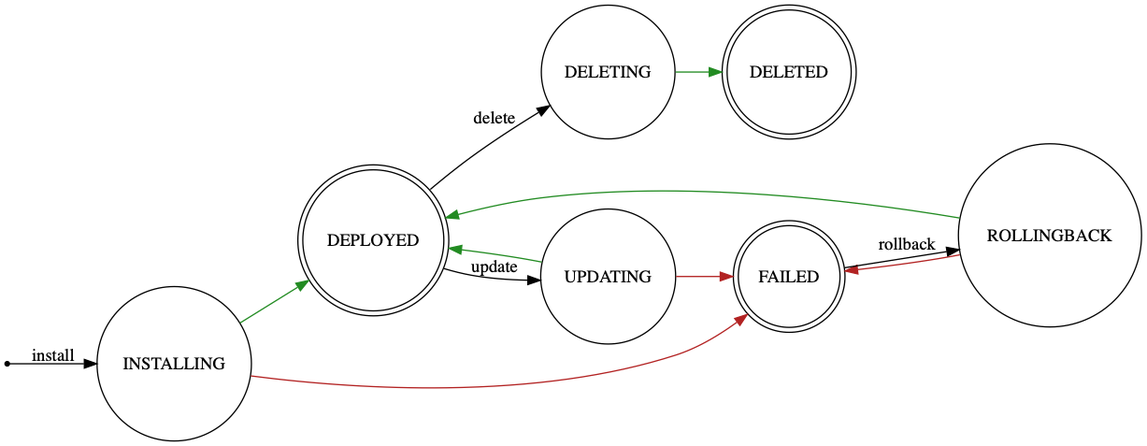
Earlier version of the Graphviz export docs/operator-release-states.png (Wattpad/ship-it). Its source is kept beside it as docs/operator-release-states.dot. Source of this version:
```dot
digraph fsm {
    rankdir=LR;
    size="32,32"

    node [shape = point ]; start;

    node [shape = circle]; INSTALLING;
    node [shape = circle]; UPDATING;
    node [shape = circle]; DELETING;
    node [shape = circle]; ROLLINGBACK;

    node [shape = doublecircle]; DEPLOYED;
    node [shape = doublecircle]; DELETED;
    node [shape = doublecircle]; FAILED;

    start -> INSTALLING [label = "install"];

    INSTALLING -> DEPLOYED [color = "forestgreen"];
    INSTALLING -> FAILED [color = "firebrick"];

    FAILED -> ROLLINGBACK [label = "rollback"];
    ROLLINGBACK -> FAILED [color = "firebrick"];
    ROLLINGBACK -> DEPLOYED [color = "forestgreen"];

    DEPLOYED -> UPDATING [label = "update"];
    UPDATING -> DEPLOYED [color = "forestgreen"];
    UPDATING -> FAILED [color = "firebrick"];

    DEPLOYED -> DELETING [label = "delete"];
    DELETING -> DELETED [color = "forestgreen"];
}
```
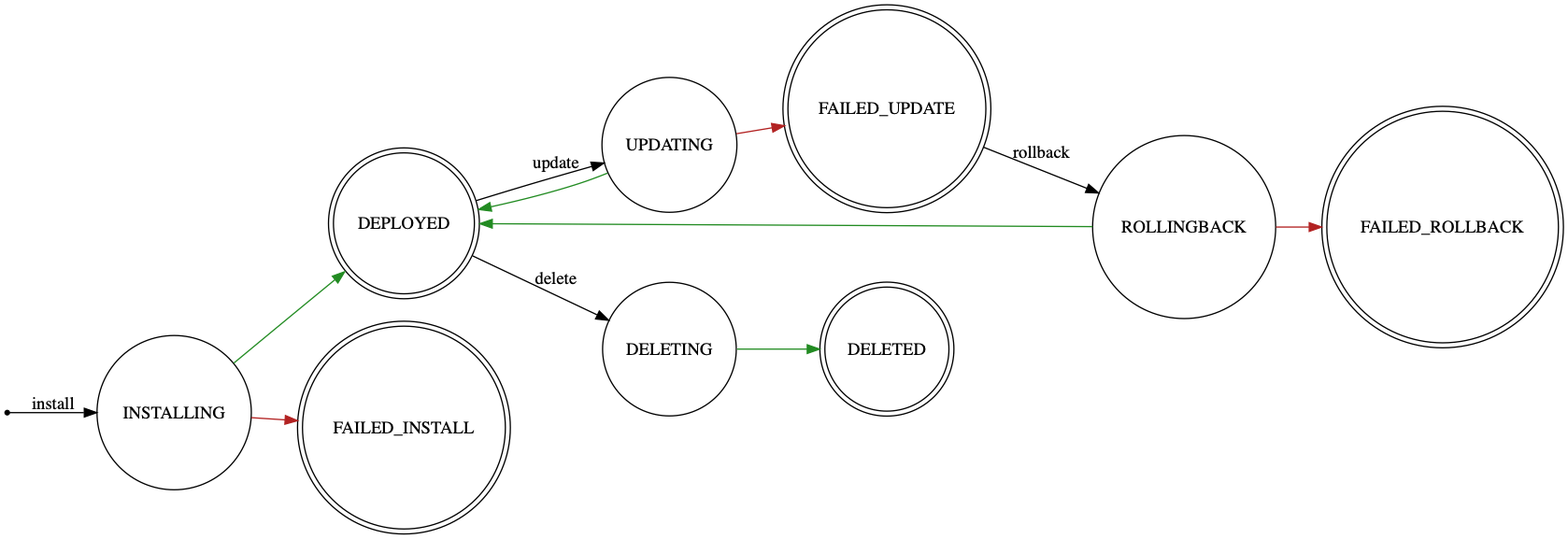
The same diagram one commit later.

Commit message:
Update operator-release-state diagram

The edit, as a diff of the source:
```diff
@@ -11,20 +11,22 @@
 
     node [shape = doublecircle]; DEPLOYED;
     node [shape = doublecircle]; DELETED;
-    node [shape = doublecircle]; FAILED;
+    node [shape = doublecircle]; FAILED_UPDATE;
+    node [shape = doublecircle]; FAILED_INSTALL;
+    node [shape = doublecircle]; FAILED_ROLLBACK;
 
     start -> INSTALLING [label = "install"];
 
     INSTALLING -> DEPLOYED [color = "forestgreen"];
-    INSTALLING -> FAILED [color = "firebrick"];
+    INSTALLING -> FAILED_INSTALL [color = "firebrick"];
 
-    FAILED -> ROLLINGBACK [label = "rollback"];
-    ROLLINGBACK -> FAILED [color = "firebrick"];
+    FAILED_UPDATE -> ROLLINGBACK [label = "rollback"];
+    ROLLINGBACK -> FAILED_ROLLBACK [color = "firebrick"];
     ROLLINGBACK -> DEPLOYED [color = "forestgreen"];
 
     DEPLOYED -> UPDATING [label = "update"];
     UPDATING -> DEPLOYED [color = "forestgreen"];
-    UPDATING -> FAILED [color = "firebrick"];
+    UPDATING -> FAILED_UPDATE [color = "firebrick"];
 
     DEPLOYED -> DELETING [label = "delete"];
     DELETING -> DELETED [color = "forestgreen"];
```
